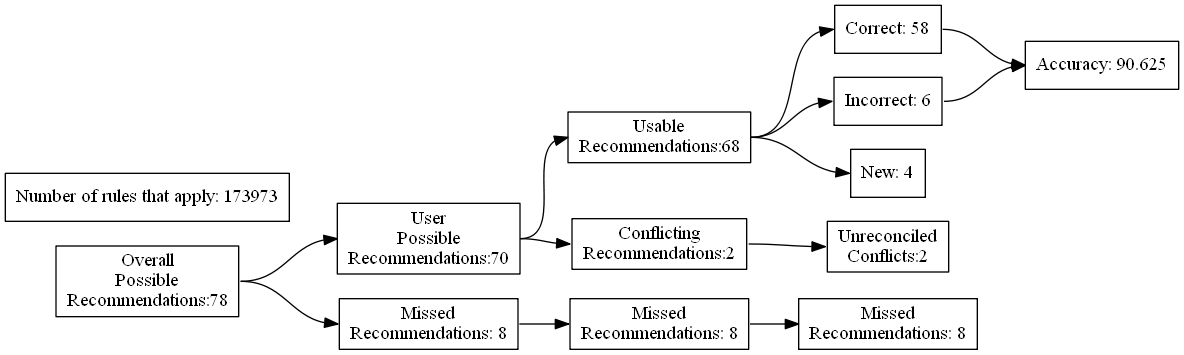
Before: test_renders/74.gv.png, a diagram exported from Graphviz (ZaxR/ibd_diet_analysis). Its source is kept beside it as test_renders/74.gv. Source of this version:
```dot
digraph {
	graph [rankdir=LR]
	node [pos=r shape=box]
	edge [headport=w tailport=e]
		A [label="Overall
Possible
Recommendations:78"]
		B [label="User
Possible
Recommendations:70"]
		C [label="Missed
Recommendations: 8"]
		D [label="Usable
Recommendations:68"]
		E [label="Conflicting
Recommendations:2"]
		J [label="Missed
Recommendations: 8"]
		M [label="Unreconciled
Conflicts:2"]
		F [label="Correct: 58"]
		G [label="Incorrect: 6"]
		H [label="New: 4"]
		K [label="Missed
Recommendations: 8"]
		I [label="Accuracy: 90.625"]
		l [label="Number of rules that apply: 173973"]
			A -> B
			A -> C
			B -> D
			B -> E
			D -> F
			D -> G
			D -> H
			F -> I
			G -> I
			C -> J
			J -> K
			E -> M
}
```
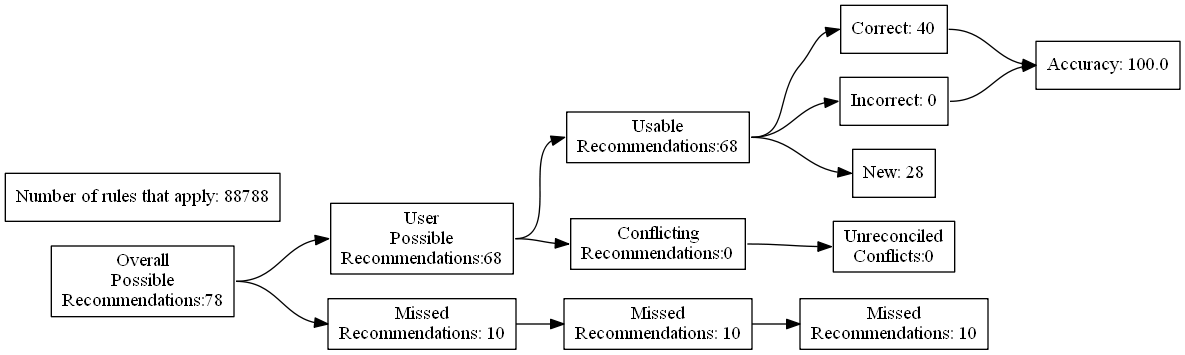
After the commit.

Diff of the diagram source:
```diff
@@ -7,24 +7,24 @@
 Recommendations:78"]
 		B [label="User
 Possible
-Recommendations:70"]
+Recommendations:68"]
 		C [label="Missed
-Recommendations: 8"]
+Recommendations: 10"]
 		D [label="Usable
 Recommendations:68"]
 		E [label="Conflicting
-Recommendations:2"]
+Recommendations:0"]
 		J [label="Missed
-Recommendations: 8"]
+Recommendations: 10"]
 		M [label="Unreconciled
-Conflicts:2"]
-		F [label="Correct: 58"]
-		G [label="Incorrect: 6"]
-		H [label="New: 4"]
+Conflicts:0"]
+		F [label="Correct: 40"]
+		G [label="Incorrect: 0"]
+		H [label="New: 28"]
 		K [label="Missed
-Recommendations: 8"]
-		I [label="Accuracy: 90.625"]
-		l [label="Number of rules that apply: 173973"]
+Recommendations: 10"]
+		I [label="Accuracy: 100.0"]
+		l [label="Number of rules that apply: 88788"]
 			A -> B
 			A -> C
 			B -> D
```
